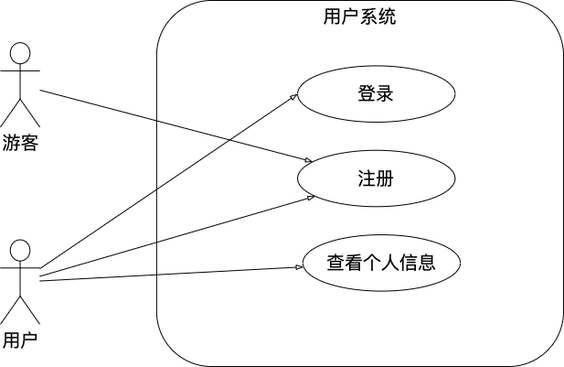
Before: polinoj-usecase-user.png, a diagram exported from draw.io (fightinggg/drawio-data). Source tidied: cells renumbered, new cells last; positions are measured from the earlier drawing's top-left corner, leaving out a move shared by most shapes.
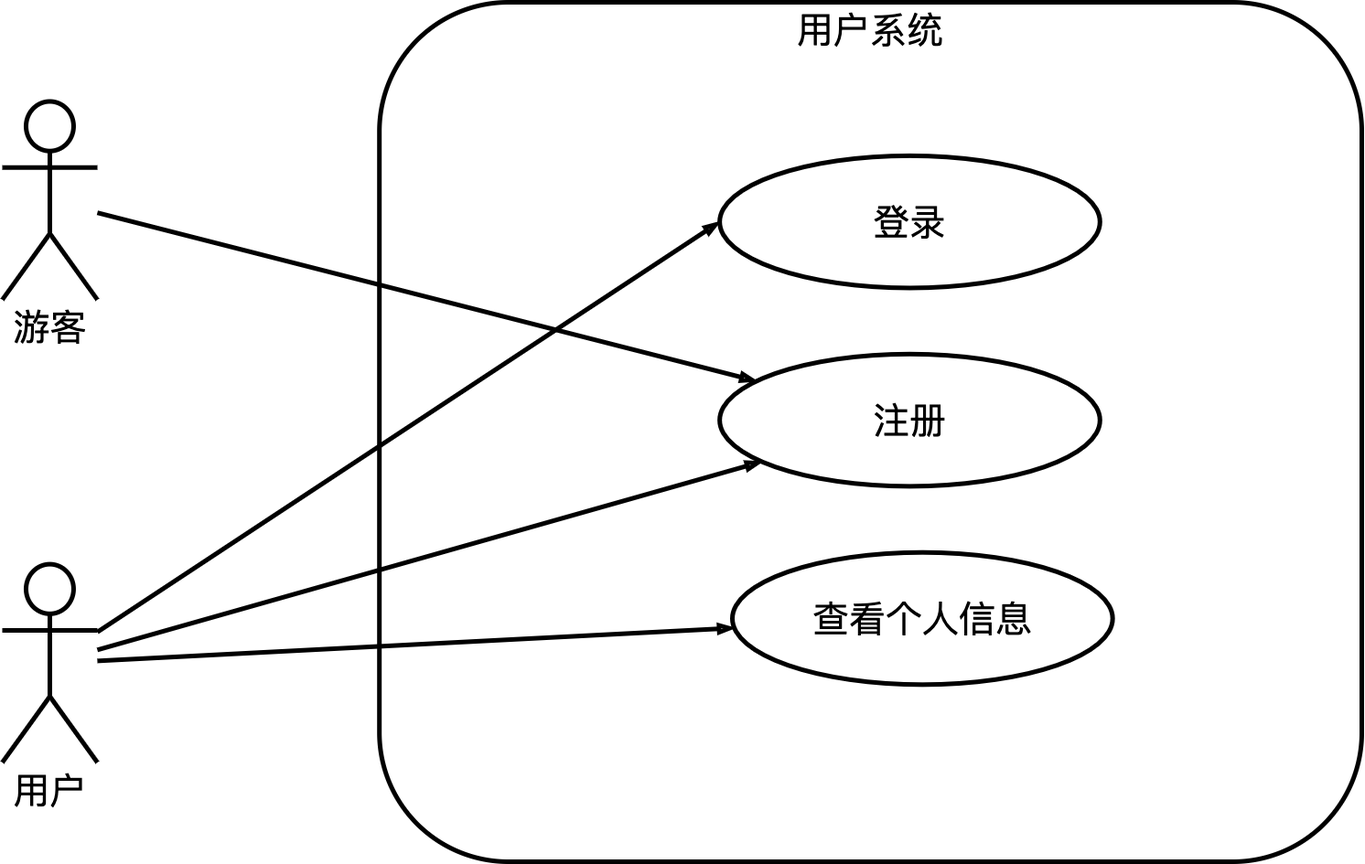
Above is the later version.

Diff of the diagram source:
```diff
@@ -2,37 +2,37 @@
   <root>
     <mxCell id="0" />
     <mxCell id="1" parent="0" />
-    <mxCell id="2" style="group;fontSize=20;" parent="1" vertex="1">
-      <mxGeometry width="616" height="400" as="geometry" />
+    <mxCell id="2" style="group;fontSize=40;strokeWidth=5;" parent="1" vertex="1">
+      <mxGeometry width="1486" height="940" as="geometry" />
     </mxCell>
-    <mxCell id="3" value="用户系统" style="rounded=1;whiteSpace=wrap;html=1;horizontal=1;verticalAlign=top;spacingTop=0;fontSize=20;" parent="2" vertex="1">
-      <mxGeometry x="170.9" width="445.1" height="400" as="geometry" />
+    <mxCell id="3" value="用户系统" style="rounded=1;whiteSpace=wrap;html=1;horizontal=1;verticalAlign=top;spacingTop=0;fontSize=40;strokeWidth=5;" parent="2" vertex="1">
+      <mxGeometry x="412.2" width="1073.8" height="940" as="geometry" />
     </mxCell>
-    <mxCell id="4" value="游客" style="shape=umlActor;verticalLabelPosition=bottom;verticalAlign=top;html=1;outlineConnect=0;spacingTop=0;fontSize=20;" parent="2" vertex="1">
-      <mxGeometry y="46.2" width="43.1" height="92.3" as="geometry" />
+    <mxCell id="4" value="游客" style="shape=umlActor;verticalLabelPosition=bottom;verticalAlign=top;html=1;outlineConnect=0;spacingTop=0;fontSize=40;strokeWidth=5;" parent="2" vertex="1">
+      <mxGeometry y="108.5" width="103.9" height="216.9" as="geometry" />
     </mxCell>
-    <mxCell id="5" value="用户" style="shape=umlActor;verticalLabelPosition=bottom;verticalAlign=top;html=1;outlineConnect=0;spacingTop=0;fontSize=20;" parent="2" vertex="1">
-      <mxGeometry y="261.5" width="43.1" height="92.3" as="geometry" />
+    <mxCell id="5" value="用户" style="shape=umlActor;verticalLabelPosition=bottom;verticalAlign=top;html=1;outlineConnect=0;spacingTop=0;fontSize=40;strokeWidth=5;" parent="2" vertex="1">
+      <mxGeometry y="614.6" width="103.9" height="216.9" as="geometry" />
     </mxCell>
-    <mxCell id="6" value="登录" style="ellipse;whiteSpace=wrap;html=1;spacingTop=0;fontSize=20;" parent="2" vertex="1">
-      <mxGeometry x="325.1" y="71.4" width="172.3" height="61.5" as="geometry" />
+    <mxCell id="6" value="登录" style="ellipse;whiteSpace=wrap;html=1;spacingTop=0;fontSize=40;strokeWidth=5;" parent="2" vertex="1">
+      <mxGeometry x="784.1" y="167.9" width="415.7" height="144.6" as="geometry" />
     </mxCell>
-    <mxCell id="7" style="edgeStyle=none;rounded=0;jettySize=auto;html=1;endArrow=blockThin;endFill=0;entryX=0;entryY=0.5;entryDx=0;entryDy=0;spacingTop=0;fontSize=20;" parent="2" edge="1" source="5" target="6">
+    <mxCell id="7" style="edgeStyle=none;rounded=0;jettySize=auto;html=1;endArrow=blockThin;endFill=0;entryX=0;entryY=0.5;entryDx=0;entryDy=0;spacingTop=0;fontSize=40;strokeWidth=5;" parent="2" edge="1" source="5" target="6">
       <mxGeometry relative="1" as="geometry" />
     </mxCell>
-    <mxCell id="8" value="注册" style="ellipse;whiteSpace=wrap;html=1;spacingTop=0;fontSize=20;" parent="2" vertex="1">
-      <mxGeometry x="325.1" y="163.7" width="172.3" height="61.5" as="geometry" />
+    <mxCell id="8" value="注册" style="ellipse;whiteSpace=wrap;html=1;spacingTop=0;fontSize=40;strokeWidth=5;" parent="2" vertex="1">
+      <mxGeometry x="784.1" y="384.8" width="415.7" height="144.6" as="geometry" />
     </mxCell>
-    <mxCell id="9" style="edgeStyle=none;rounded=0;jettySize=auto;html=1;endArrow=blockThin;endFill=0;spacingTop=0;fontSize=20;" parent="2" edge="1" source="5" target="8">
+    <mxCell id="9" style="edgeStyle=none;rounded=0;jettySize=auto;html=1;endArrow=blockThin;endFill=0;spacingTop=0;fontSize=40;strokeWidth=5;" parent="2" edge="1" source="5" target="8">
       <mxGeometry relative="1" as="geometry" />
     </mxCell>
-    <mxCell id="10" value="查看个人信息" style="ellipse;whiteSpace=wrap;html=1;spacingTop=0;fontSize=20;" parent="2" vertex="1">
-      <mxGeometry x="330.8" y="256" width="172.3" height="61.5" as="geometry" />
+    <mxCell id="10" value="查看个人信息" style="ellipse;whiteSpace=wrap;html=1;spacingTop=0;fontSize=40;strokeWidth=5;" parent="2" vertex="1">
+      <mxGeometry x="798" y="601.7" width="415.7" height="144.6" as="geometry" />
     </mxCell>
-    <mxCell id="11" style="edgeStyle=none;rounded=0;jettySize=auto;html=1;endArrow=blockThin;endFill=0;spacingTop=0;fontSize=20;" parent="2" edge="1" source="5" target="10">
+    <mxCell id="11" style="edgeStyle=none;rounded=0;jettySize=auto;html=1;endArrow=blockThin;endFill=0;spacingTop=0;fontSize=40;strokeWidth=5;" parent="2" edge="1" source="5" target="10">
       <mxGeometry relative="1" as="geometry" />
     </mxCell>
-    <mxCell id="12" style="rounded=0;jettySize=auto;html=1;endArrow=blockThin;endFill=0;spacingTop=0;fontSize=20;" parent="2" edge="1" source="4" target="8">
+    <mxCell id="12" style="rounded=0;jettySize=auto;html=1;endArrow=blockThin;endFill=0;spacingTop=0;fontSize=40;strokeWidth=5;" parent="2" edge="1" source="4" target="8">
       <mxGeometry relative="1" as="geometry" />
     </mxCell>
   </root>
```
